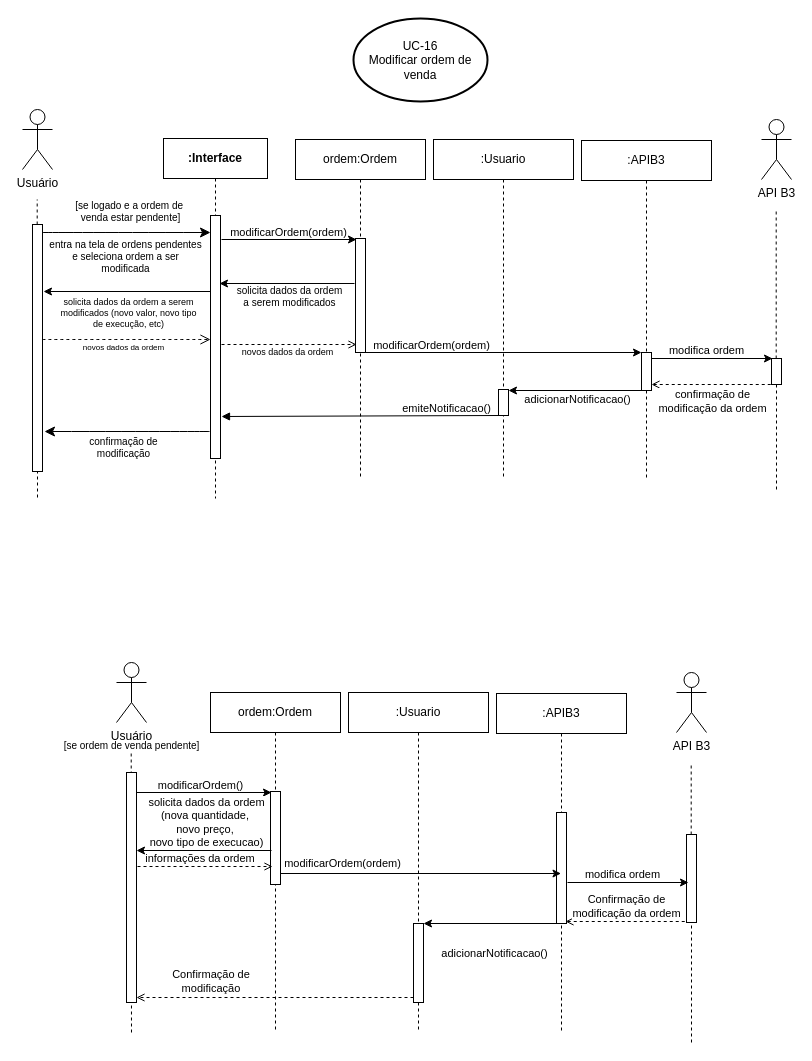
Earlier version of the draw.io diagram diagrama_sequencia/Diagrama_Sequencia_UC16.drawio (gb-cs-rt/home_broker). Source tidied: cells renumbered, new cells numbered last; positions are measured from the earlier drawing's top-left corner, leaving out a move shared by most shapes. Both pictures are drawn from the tidied source at 100%, with x=0, y=0 at pixel (22, 18).
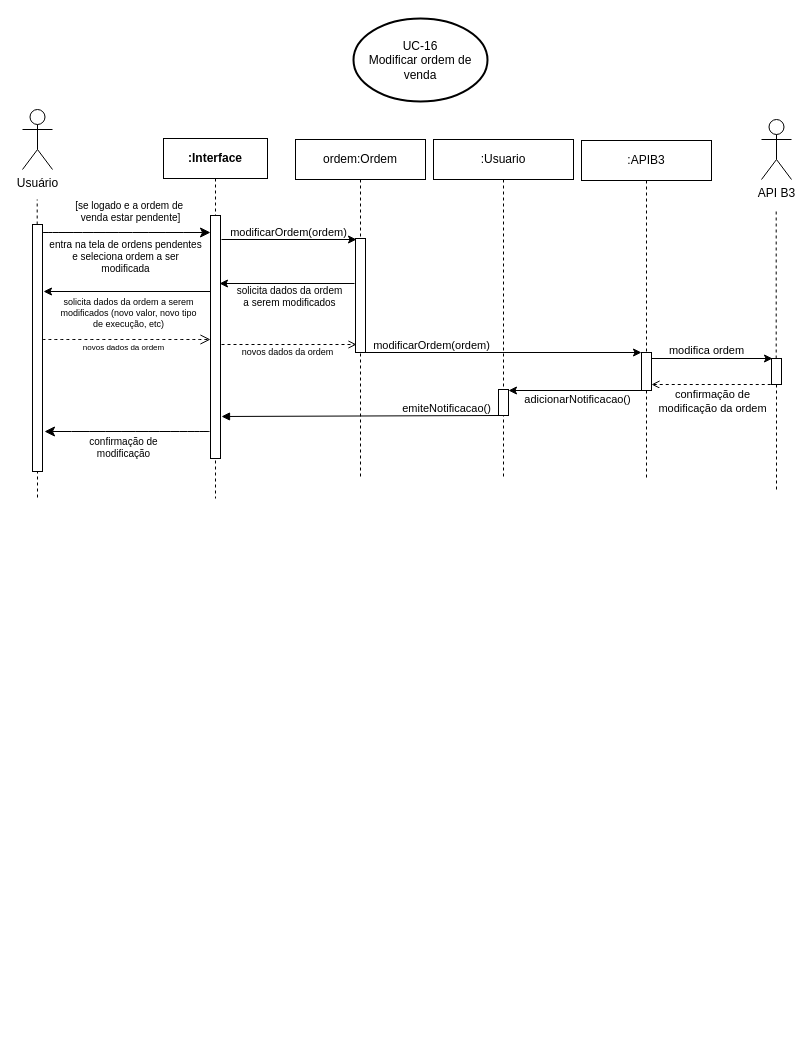
The same diagram, later.

What changed in the source:
```diff
@@
-    <mxCell id="2" value="Usuário" style="shape=umlActor;verticalLabelPosition=bottom;verticalAlign=top;html=1;" parent="1" vertex="1">
-      <mxGeometry x="94" y="644" width="30" height="60" as="geometry" />
-    </mxCell>
-    <mxCell id="3" style="endArrow=none;dashed=1;html=1;rounded=0;" parent="1" edge="1">
-      <mxGeometry relative="1" as="geometry">
-        <mxPoint x="109" y="1014" as="sourcePoint" />
-        <mxPoint x="108.7" y="734" as="targetPoint" />
-      </mxGeometry>
-    </mxCell>
-    <mxCell id="4" style="edgeStyle=orthogonalEdgeStyle;rounded=0;orthogonalLoop=1;jettySize=auto;html=1;curved=0;" parent="1" edge="1">
-      <mxGeometry relative="1" as="geometry">
-        <mxPoint x="114" y="774" as="sourcePoint" />
-        <mxPoint x="249" y="774" as="targetPoint" />
-      </mxGeometry>
-    </mxCell>
-    <mxCell id="5" value="modificarOrdem()" style="edgeLabel;html=1;align=center;verticalAlign=middle;" parent="4" vertex="1">
-      <mxGeometry x="-0.13" y="1" relative="1" as="geometry">
-        <mxPoint x="4" y="-7" as="offset" />
-      </mxGeometry>
-    </mxCell>
-    <mxCell id="6" style="html=1;points=[[0,0,0,0,5],[0,1,0,0,-5],[1,0,0,0,5],[1,1,0,0,-5]];perimeter=orthogonalPerimeter;outlineConnect=0;targetShapes=umlLifeline;portConstraint=eastwest;newEdgeStyle={&quot;curved&quot;:0,&quot;rounded&quot;:0};" parent="1" vertex="1">
-      <mxGeometry x="104" y="754" width="10" height="230" as="geometry" />
-    </mxCell>
-    <mxCell id="7" value=":Usuario" style="shape=umlLifeline;perimeter=lifelinePerimeter;whiteSpace=wrap;html=1;newEdgeStyle={&quot;curved&quot;:0,&quot;rounded&quot;:0};" parent="1" vertex="1">
-      <mxGeometry x="326" y="674" width="140" height="340" as="geometry" />
-    </mxCell>
-    <mxCell id="8" style="html=1;points=[[0,0,0,0,5],[0,1,0,0,-5],[1,0,0,0,5],[1,1,0,0,-5]];perimeter=orthogonalPerimeter;outlineConnect=0;targetShapes=umlLifeline;portConstraint=eastwest;newEdgeStyle={&quot;curved&quot;:0,&quot;rounded&quot;:0};" parent="7" vertex="1">
-      <mxGeometry x="65" y="231" width="10" height="79" as="geometry" />
-    </mxCell>
-    <mxCell id="9" value=":APIB3" style="shape=umlLifeline;perimeter=lifelinePerimeter;whiteSpace=wrap;html=1;outlineConnect=0;portConstraint=eastwest;newEdgeStyle={&quot;curved&quot;:0,&quot;rounded&quot;:0};" parent="1" vertex="1">
-      <mxGeometry x="474" y="675" width="130" height="339" as="geometry" />
-    </mxCell>
-    <mxCell id="10" style="html=1;points=[[0,0,0,0,5],[0,1,0,0,-5],[1,0,0,0,5],[1,1,0,0,-5]];perimeter=orthogonalPerimeter;outlineConnect=0;targetShapes=umlLifeline;portConstraint=eastwest;newEdgeStyle={&quot;curved&quot;:0,&quot;rounded&quot;:0};" parent="9" vertex="1">
-      <mxGeometry x="60" y="119" width="10" height="111" as="geometry" />
-    </mxCell>
-    <mxCell id="11" style="edgeStyle=none;jettySize=auto;html=1;rounded=0;dashed=1;startArrow=none;startFill=0;endArrow=open;endFill=0;exitX=0;exitY=1;exitDx=0;exitDy=-5;exitPerimeter=0;" parent="1" edge="1" source="8" target="6">
-      <mxGeometry relative="1" as="geometry" />
-    </mxCell>
-    <mxCell id="12" value="Confirmação de&amp;nbsp;&lt;div&gt;modificação&amp;nbsp;&lt;/div&gt;" style="edgeLabel;html=1;align=center;verticalAlign=middle;" parent="11" vertex="1">
-      <mxGeometry x="-0.16" y="1" relative="1" as="geometry">
-        <mxPoint x="-86" y="-18" as="offset" />
-      </mxGeometry>
-    </mxCell>
-    <mxCell id="13" value="ordem:Ordem" style="shape=umlLifeline;perimeter=lifelinePerimeter;whiteSpace=wrap;html=1;newEdgeStyle={&quot;curved&quot;:0,&quot;rounded&quot;:0};" parent="1" vertex="1">
-      <mxGeometry x="188" y="674" width="130" height="340" as="geometry" />
-    </mxCell>
-    <mxCell id="14" style="html=1;perimeter=orthogonalPerimeter;targetShapes=umlLifeline;newEdgeStyle={&quot;curved&quot;:0,&quot;rounded&quot;:0};" parent="13" vertex="1">
-      <mxGeometry x="60" y="99" width="10" height="93" as="geometry" />
-    </mxCell>
-    <mxCell id="15" style="endArrow=classic;html=1;rounded=0;" parent="1" edge="1" source="10" target="8">
-      <mxGeometry relative="1" as="geometry" />
-    </mxCell>
-    <mxCell id="16" value="adicionarNotificacao()" style="edgeLabel;html=1;align=center;verticalAlign=middle;" parent="15" vertex="1">
-      <mxGeometry x="0.33" y="-2" relative="1" as="geometry">
-        <mxPoint x="25" y="31" as="offset" />
-      </mxGeometry>
-    </mxCell>
-    <mxCell id="17" style="edgeStyle=orthogonalEdgeStyle;rounded=0;jettySize=auto;html=1;curved=0;exitX=1;exitY=1;exitDx=0;exitDy=0;exitPerimeter=0;" parent="1" edge="1" target="9">
-      <mxGeometry relative="1" as="geometry">
-        <mxPoint x="258" y="792.2" as="sourcePoint" />
-        <Array as="points">
-          <mxPoint x="258" y="855" />
-        </Array>
-      </mxGeometry>
-    </mxCell>
-    <mxCell id="18" value="modificarOrdem(ordem)" style="edgeLabel;html=1;align=center;verticalAlign=middle;" parent="17" vertex="1">
-      <mxGeometry x="-0.13" y="1" relative="1" as="geometry">
-        <mxPoint x="-25" y="-10" as="offset" />
-      </mxGeometry>
-    </mxCell>
-    <mxCell id="19" value="API B3" style="shape=umlActor;verticalLabelPosition=bottom;verticalAlign=top;html=1;" parent="1" vertex="1">
-      <mxGeometry x="654" y="654" width="30" height="60" as="geometry" />
-    </mxCell>
-    <mxCell id="20" style="endArrow=none;dashed=1;html=1;rounded=0;" parent="1" edge="1" source="22">
-      <mxGeometry relative="1" as="geometry">
-        <mxPoint x="668.7" y="744" as="targetPoint" />
-      </mxGeometry>
-    </mxCell>
-    <mxCell id="21" style="endArrow=none;dashed=1;html=1;rounded=0;" parent="1" edge="1" target="22">
-      <mxGeometry relative="1" as="geometry">
-        <mxPoint x="669" y="1024" as="sourcePoint" />
-      </mxGeometry>
-    </mxCell>
-    <mxCell id="22" style="html=1;points=[[0,0,0,0,5],[0,1,0,0,-5],[1,0,0,0,5],[1,1,0,0,-5]];perimeter=orthogonalPerimeter;outlineConnect=0;targetShapes=umlLifeline;portConstraint=eastwest;newEdgeStyle={&quot;curved&quot;:0,&quot;rounded&quot;:0};" parent="1" vertex="1">
-      <mxGeometry x="664" y="816" width="10" height="88" as="geometry" />
-    </mxCell>
-    <mxCell id="23" style="endArrow=classic;html=1;rounded=0;" parent="1" edge="1">
-      <mxGeometry relative="1" as="geometry">
-        <mxPoint x="545" y="864" as="sourcePoint" />
-        <mxPoint x="666" y="864" as="targetPoint" />
-      </mxGeometry>
-    </mxCell>
-    <mxCell id="24" value="modifica ordem" style="edgeLabel;html=1;align=center;verticalAlign=middle;" parent="23" vertex="1">
-      <mxGeometry x="-0.44" relative="1" as="geometry">
-        <mxPoint x="20" y="-9" as="offset" />
-      </mxGeometry>
-    </mxCell>
-    <mxCell id="25" style="endArrow=none;html=1;rounded=0;startArrow=open;startFill=0;endFill=0;dashed=1;" parent="1" edge="1">
-      <mxGeometry relative="1" as="geometry">
-        <mxPoint x="543" y="903" as="sourcePoint" />
-        <mxPoint x="664" y="903" as="targetPoint" />
-      </mxGeometry>
-    </mxCell>
-    <mxCell id="26" value="Confirmação de&lt;div&gt;modificação da ordem&lt;/div&gt;" style="edgeLabel;html=1;align=center;verticalAlign=middle;" parent="25" vertex="1">
-      <mxGeometry x="-0.44" relative="1" as="geometry">
-        <mxPoint x="26" y="-16" as="offset" />
-      </mxGeometry>
-    </mxCell>
-    <mxCell id="27" style="edgeStyle=orthogonalEdgeStyle;rounded=0;orthogonalLoop=1;jettySize=auto;html=1;curved=0;startArrow=classic;startFill=1;endArrow=none;endFill=0;" parent="1" edge="1">
-      <mxGeometry relative="1" as="geometry">
-        <mxPoint x="114" y="832" as="sourcePoint" />
-        <mxPoint x="249" y="832" as="targetPoint" />
-      </mxGeometry>
-    </mxCell>
-    <mxCell id="28" value="solicita dados da ordem&lt;div&gt;(nova quantidade,&amp;nbsp;&lt;/div&gt;&lt;div&gt;novo preço,&amp;nbsp;&lt;/div&gt;&lt;div&gt;novo tipo de execucao)&lt;/div&gt;" style="edgeLabel;html=1;align=center;verticalAlign=middle;" parent="27" vertex="1">
-      <mxGeometry x="-0.13" y="1" relative="1" as="geometry">
-        <mxPoint x="10" y="-28" as="offset" />
-      </mxGeometry>
-    </mxCell>
-    <mxCell id="29" style="edgeStyle=orthogonalEdgeStyle;rounded=0;orthogonalLoop=1;jettySize=auto;html=1;curved=0;startArrow=none;startFill=0;endArrow=open;endFill=0;dashed=1;" parent="1" edge="1">
-      <mxGeometry relative="1" as="geometry">
-        <mxPoint x="115" y="848" as="sourcePoint" />
-        <mxPoint x="250" y="848" as="targetPoint" />
-      </mxGeometry>
-    </mxCell>
-    <mxCell id="30" value="informações da ordem&amp;nbsp;" style="edgeLabel;html=1;align=center;verticalAlign=middle;" parent="29" vertex="1">
-      <mxGeometry x="-0.13" y="1" relative="1" as="geometry">
-        <mxPoint x="4" y="-8" as="offset" />
-      </mxGeometry>
-    </mxCell>
-    <mxCell id="31" value="&lt;font style=&quot;font-size: 10px;&quot;&gt;[se ordem de venda pendente]&lt;/font&gt;" style="text;html=1;align=center;verticalAlign=middle;strokeColor=none;fillColor=none;fontSize=16;" parent="1" vertex="1">
-      <mxGeometry x="32" y="709" width="154" height="31" as="geometry" />
-    </mxCell>
```
